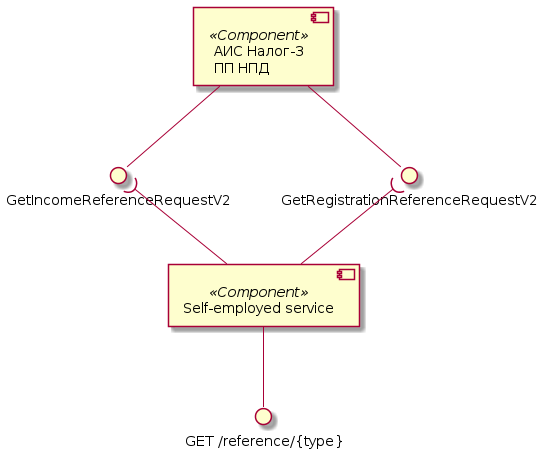
This is assets/images/diagrams/self-employed-service/reference-components.png from RaikBitters/ibank-internal-services, a PlantUML export, as it was before one commit. Source of this version:
```plantuml
@startuml reference-components

component "АИС Налог-3\nПП НПД" as Tax3 <<Component>>
interface "GetRegistrationReferenceRequestV2" as GetRegistrationReference
interface "GetIncomeReferenceRequestV2" as GetIncomeReference

Tax3 --() GetRegistrationReference
Tax3 --() GetIncomeReference

component "Self-employed service" as SelfEmplService <<Component>>
interface "GET /reference/{type}" as getReference

SelfEmplService --() getReference

SelfEmplService -up-( GetRegistrationReference
SelfEmplService -up-( GetIncomeReference

@enduml
```
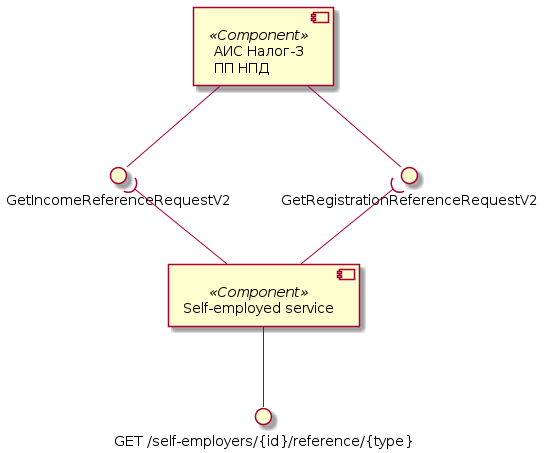
The same file after the commit.

What changed in the source:
```diff
@@ -8,7 +8,7 @@
 Tax3 --() GetIncomeReference
 
 component "Self-employed service" as SelfEmplService <<Component>>
-interface "GET /reference/{type}" as getReference
+interface "GET /self-employers/{id}/reference/{type}" as getReference
 
 SelfEmplService --() getReference
 
```
